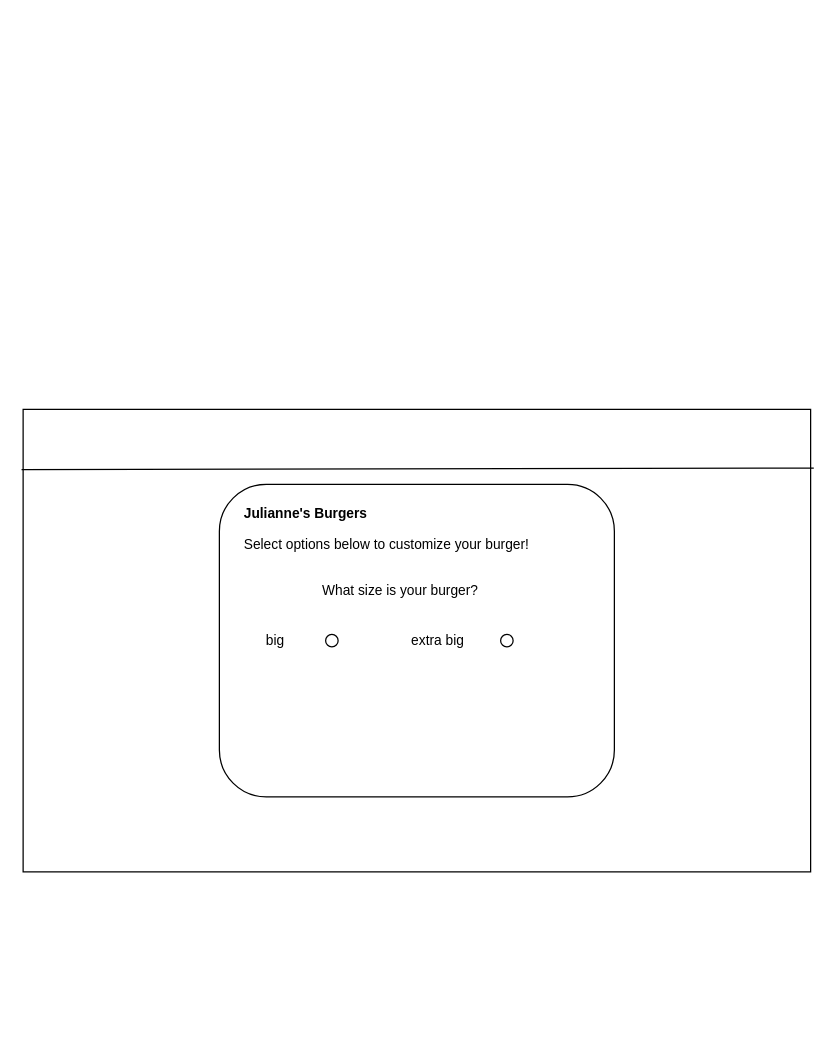
The draw.io diagram design/storyboard.drawio in MTHS-ICD2O-1-2023/ICD2O-Assignment-04-Julianne-Leblanc-Peltier, before the edit. Source tidied: cells renumbered, new cells numbered last; positions are measured from the earlier drawing's top-left corner, leaving out a move shared by most shapes. Both pictures are drawn from the tidied source at 125%, with x=0, y=0 at pixel (22, 409).
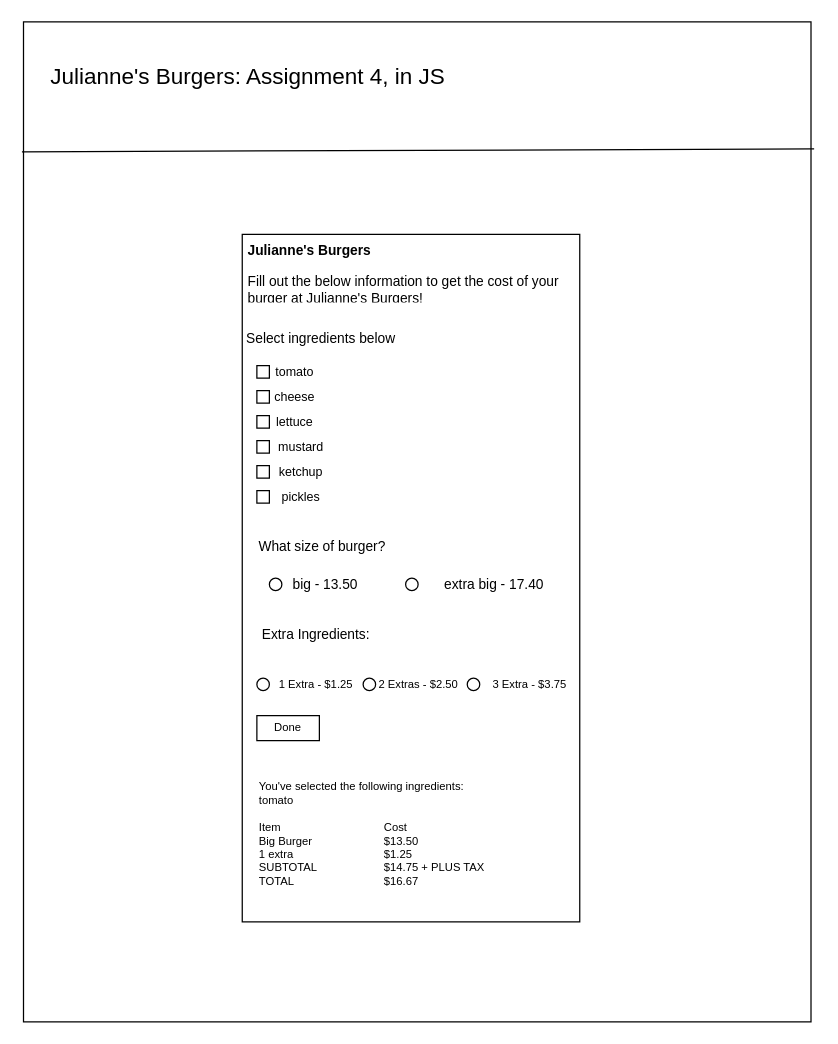
The same diagram, later.

Diff of the diagram source:
```diff
@@
     <mxCell id="2" style="rounded=0;whiteSpace=wrap;html=1;" parent="1" vertex="1">
-      <mxGeometry width="630" height="370" as="geometry" />
+      <mxGeometry x="0.3" y="-310" width="630" height="800" as="geometry" />
     </mxCell>
+    <mxCell id="11" style="rounded=0;whiteSpace=wrap;html=1;fillColor=none;" parent="1" vertex="1">
+      <mxGeometry x="175.3" y="-140" width="270" height="550" as="geometry" />
+    </mxCell>
@@
-    <mxCell id="4" style="rounded=1;whiteSpace=wrap;html=1;" parent="1" vertex="1">
-      <mxGeometry x="157" y="60" width="316" height="250" as="geometry" />
-    </mxCell>
-    <mxCell id="5" value="&lt;h1 style=&quot;font-size: 11px;&quot;&gt;Julianne's Burgers&lt;/h1&gt;&lt;p style=&quot;font-size: 11px;&quot;&gt;Select options below to customize your burger!&lt;/p&gt;" style="text;html=1;strokeColor=none;fillColor=none;spacing=5;spacingTop=-20;whiteSpace=wrap;overflow=hidden;rounded=0;fontSize=11;" parent="1" vertex="1">
-      <mxGeometry x="172" y="80" width="280" height="40" as="geometry" />
+    <mxCell id="5" value="&lt;h1 style=&quot;font-size: 11px;&quot;&gt;Julianne's Burgers&lt;/h1&gt;&lt;p&gt;Fill out the below information to get the cost of your burger at Julianne's Burgers!&lt;/p&gt;&lt;div&gt;&lt;br&gt;&lt;/div&gt;" style="text;html=1;strokeColor=none;fillColor=none;spacing=5;spacingTop=-20;whiteSpace=wrap;overflow=hidden;rounded=0;fontSize=11;" parent="1" vertex="1">
+      <mxGeometry x="175.3" y="-130" width="280" height="45" as="geometry" />
     </mxCell>
-    <mxCell id="6" value="What size is your burger?" style="text;html=1;strokeColor=none;fillColor=none;align=center;verticalAlign=middle;whiteSpace=wrap;rounded=0;fontSize=11;" parent="1" vertex="1">
-      <mxGeometry x="172" y="130" width="260" height="30" as="geometry" />
+    <mxCell id="6" value="Select ingredients below" style="text;html=1;strokeColor=none;fillColor=none;align=center;verticalAlign=middle;whiteSpace=wrap;rounded=0;fontSize=11;" parent="1" vertex="1">
+      <mxGeometry x="175.3" y="-65" width="126.7" height="15" as="geometry" />
     </mxCell>
-    <mxCell id="7" value="big" style="text;html=1;strokeColor=none;fillColor=none;align=center;verticalAlign=middle;whiteSpace=wrap;rounded=0;fontSize=11;" parent="1" vertex="1">
-      <mxGeometry x="172" y="170" width="60" height="30" as="geometry" />
+    <mxCell id="7" value="big - 13.50" style="text;html=1;strokeColor=none;fillColor=none;align=center;verticalAlign=middle;whiteSpace=wrap;rounded=0;fontSize=11;" parent="1" vertex="1">
+      <mxGeometry x="212" y="125" width="60" height="30" as="geometry" />
     </mxCell>
-    <mxCell id="8" value="extra big" style="text;html=1;strokeColor=none;fillColor=none;align=center;verticalAlign=middle;whiteSpace=wrap;rounded=0;fontSize=11;" parent="1" vertex="1">
-      <mxGeometry x="302" y="170" width="60" height="30" as="geometry" />
+    <mxCell id="8" value="extra big - 17.40" style="text;html=1;strokeColor=none;fillColor=none;align=center;verticalAlign=middle;whiteSpace=wrap;rounded=0;fontSize=11;" parent="1" vertex="1">
+      <mxGeometry x="332" y="125" width="90" height="30" as="geometry" />
     </mxCell>
     <mxCell id="9" style="ellipse;whiteSpace=wrap;html=1;fontSize=11;" parent="1" vertex="1">
-      <mxGeometry x="242" y="180" width="10" height="10" as="geometry" />
+      <mxGeometry x="197" y="135" width="10" height="10" as="geometry" />
     </mxCell>
-    <mxCell id="10" style="ellipse;whiteSpace=wrap;html=1;fontSize=11;" parent="1" vertex="1">
-      <mxGeometry x="382" y="180" width="10" height="10" as="geometry" />
+    <mxCell id="10" style="ellipse;whiteSpace=wrap;html=1;fontSize=11;fillColor=none;" parent="1" vertex="1">
+      <mxGeometry x="306" y="135" width="10" height="10" as="geometry" />
     </mxCell>
+    <mxCell id="12" style="rounded=0;whiteSpace=wrap;html=1;fillColor=default;" parent="1" vertex="1">
+      <mxGeometry x="187" y="-35" width="10" height="10" as="geometry" />
+    </mxCell>
+    <mxCell id="13" style="rounded=0;whiteSpace=wrap;html=1;fillColor=none;" parent="1" vertex="1">
+      <mxGeometry x="187" y="-15" width="10" height="10" as="geometry" />
+    </mxCell>
+    <mxCell id="14" style="rounded=0;whiteSpace=wrap;html=1;fillColor=none;" parent="1" vertex="1">
+      <mxGeometry x="187" y="5" width="10" height="10" as="geometry" />
+    </mxCell>
+    <mxCell id="15" style="rounded=0;whiteSpace=wrap;html=1;fillColor=none;" parent="1" vertex="1">
+      <mxGeometry x="187" y="25" width="10" height="10" as="geometry" />
+    </mxCell>
+    <mxCell id="16" style="rounded=0;whiteSpace=wrap;html=1;fillColor=none;" parent="1" vertex="1">
+      <mxGeometry x="187" y="45" width="10" height="10" as="geometry" />
+    </mxCell>
+    <mxCell id="17" style="rounded=0;whiteSpace=wrap;html=1;fillColor=none;" parent="1" vertex="1">
+      <mxGeometry x="187" y="65" width="10" height="10" as="geometry" />
+    </mxCell>
+    <mxCell id="18" value="&lt;font style=&quot;font-size: 10px;&quot;&gt;tomato&lt;/font&gt;" style="text;html=1;align=center;verticalAlign=middle;strokeColor=none;fillColor=none;" parent="1" vertex="1">
+      <mxGeometry x="192" y="-45" width="50" height="30" as="geometry" />
+    </mxCell>
+    <mxCell id="19" value="&lt;font style=&quot;font-size: 10px;&quot;&gt;cheese&lt;/font&gt;" style="text;html=1;align=center;verticalAlign=middle;strokeColor=none;fillColor=none;" parent="1" vertex="1">
+      <mxGeometry x="187" y="-25" width="60" height="30" as="geometry" />
+    </mxCell>
+    <mxCell id="20" value="&lt;font style=&quot;font-size: 10px;&quot;&gt;lettuce&lt;/font&gt;" style="text;html=1;align=center;verticalAlign=middle;strokeColor=none;fillColor=none;" parent="1" vertex="1">
+      <mxGeometry x="192" y="-5" width="50" height="30" as="geometry" />
+    </mxCell>
+    <mxCell id="21" value="&lt;font style=&quot;font-size: 10px;&quot;&gt;mustard&lt;/font&gt;" style="text;html=1;align=center;verticalAlign=middle;strokeColor=none;fillColor=none;" parent="1" vertex="1">
+      <mxGeometry x="192" y="15" width="60" height="30" as="geometry" />
+    </mxCell>
+    <mxCell id="22" value="&lt;span style=&quot;font-size: 10px;&quot;&gt;ketchup&lt;/span&gt;" style="text;html=1;align=center;verticalAlign=middle;strokeColor=none;fillColor=none;" parent="1" vertex="1">
+      <mxGeometry x="192" y="35" width="60" height="30" as="geometry" />
+    </mxCell>
+    <mxCell id="23" value="&lt;font style=&quot;font-size: 10px;&quot;&gt;pickles&lt;/font&gt;" style="text;html=1;align=center;verticalAlign=middle;strokeColor=none;fillColor=none;" parent="1" vertex="1">
+      <mxGeometry x="197" y="55" width="50" height="30" as="geometry" />
+    </mxCell>
+    <mxCell id="24" value="&lt;div style=&quot;font-size: 11px;&quot;&gt;What size of burger?&lt;/div&gt;" style="text;html=1;align=center;verticalAlign=middle;strokeColor=none;fillColor=none;fontSize=11;" parent="1" vertex="1">
+      <mxGeometry x="178.6" y="95" width="120" height="30" as="geometry" />
+    </mxCell>
+    <mxCell id="25" value="&lt;div&gt;Extra Ingredients:&lt;/div&gt;" style="text;html=1;align=center;verticalAlign=middle;strokeColor=none;fillColor=none;fontSize=11;" parent="1" vertex="1">
+      <mxGeometry x="178.6" y="165" width="110" height="30" as="geometry" />
+    </mxCell>
+    <mxCell id="26" style="ellipse;whiteSpace=wrap;html=1;fontSize=11;" parent="1" vertex="1">
+      <mxGeometry x="187" y="215" width="10" height="10" as="geometry" />
+    </mxCell>
+    <mxCell id="27" value="1 Extra - $1.25" style="text;html=1;align=center;verticalAlign=middle;strokeColor=none;fillColor=none;fontSize=9;" parent="1" vertex="1">
+      <mxGeometry x="193.6" y="210" width="80" height="20" as="geometry" />
+    </mxCell>
+    <mxCell id="28" value="2 Extras - $2.50" style="text;html=1;align=center;verticalAlign=middle;strokeColor=none;fillColor=none;fontSize=9;" parent="1" vertex="1">
+      <mxGeometry x="270.5" y="210" width="90" height="20" as="geometry" />
+    </mxCell>
+    <mxCell id="29" value="3 Extra - $3.75" style="text;html=1;align=center;verticalAlign=middle;strokeColor=none;fillColor=none;fontSize=9;" parent="1" vertex="1">
+      <mxGeometry x="365.3" y="210" width="80" height="20" as="geometry" />
+    </mxCell>
+    <mxCell id="30" style="ellipse;whiteSpace=wrap;html=1;fontSize=11;fillColor=none;" parent="1" vertex="1">
+      <mxGeometry x="272" y="215" width="10" height="10" as="geometry" />
+    </mxCell>
+    <mxCell id="31" style="ellipse;whiteSpace=wrap;html=1;fontSize=11;fillColor=none;" parent="1" vertex="1">
+      <mxGeometry x="355.3" y="215" width="10" height="10" as="geometry" />
+    </mxCell>
+    <mxCell id="32" value="Done" style="rounded=0;whiteSpace=wrap;html=1;fontSize=9;fillColor=none;" parent="1" vertex="1">
+      <mxGeometry x="187" y="245" width="50" height="20" as="geometry" />
+    </mxCell>
+    <mxCell id="33" value="&lt;div&gt;You've selected the following ingredients:&lt;/div&gt;&lt;div&gt;tomato&lt;/div&gt;&lt;div&gt;&lt;br&gt;&lt;/div&gt;&lt;div&gt;Item&lt;span style=&quot;&quot;&gt;&#9;&lt;span style=&quot;white-space: pre;&quot;&gt;&#9;&lt;/span&gt;&lt;span style=&quot;white-space: pre;&quot;&gt;&#9;&lt;/span&gt;&lt;span style=&quot;white-space: pre;&quot;&gt;&#9;&lt;/span&gt;&lt;span style=&quot;white-space: pre;&quot;&gt;&#9;&lt;/span&gt;&lt;/span&gt;Cost&lt;/div&gt;&lt;div&gt;Big Burger&lt;span style=&quot;&quot;&gt;&#9;&lt;span style=&quot;white-space: pre;&quot;&gt;&#9;&lt;/span&gt;&lt;span style=&quot;white-space: pre;&quot;&gt;&#9;&lt;/span&gt;&lt;span style=&quot;white-space: pre;&quot;&gt;&#9;&lt;/span&gt;&lt;/span&gt;$13.50&lt;/div&gt;&lt;div&gt;1 extra&lt;span style=&quot;&quot;&gt;&#9;&lt;span style=&quot;white-space: pre;&quot;&gt;&#9;&lt;/span&gt;&lt;span style=&quot;white-space: pre;&quot;&gt;&#9;&lt;/span&gt;&lt;span style=&quot;white-space: pre;&quot;&gt;&#9;&lt;/span&gt;&lt;span style=&quot;white-space: pre;&quot;&gt;&#9;&lt;/span&gt;&lt;/span&gt;$1.25&lt;/div&gt;&lt;div&gt;SUBTOTAL&lt;span style=&quot;white-space: pre;&quot;&gt;&#9;&lt;/span&gt;&lt;span style=&quot;white-space: pre;&quot;&gt;&#9;&lt;/span&gt;&lt;span style=&quot;white-space: pre;&quot;&gt;&#9;&lt;/span&gt;$14.75 + PLUS TAX&lt;/div&gt;&lt;div&gt;TOTAL&lt;span style=&quot;&quot;&gt;&#9;&lt;span style=&quot;white-space: pre;&quot;&gt;&#9;&lt;/span&gt;&lt;span style=&quot;white-space: pre;&quot;&gt;&#9;&lt;/span&gt;&lt;span style=&quot;white-space: pre;&quot;&gt;&#9;&lt;/span&gt;&lt;span style=&quot;white-space: pre;&quot;&gt;&#9;&lt;/span&gt;&lt;/span&gt;$16.67&lt;/div&gt;" style="text;html=1;align=left;verticalAlign=middle;strokeColor=none;fillColor=none;fontSize=9;" parent="1" vertex="1">
+      <mxGeometry x="187" y="290" width="200" height="100" as="geometry" />
+    </mxCell>
+    <mxCell id="34" value="&lt;div style=&quot;font-size: 18px;&quot;&gt;Julianne's Burgers: Assignment 4, in JS&lt;/div&gt;&lt;div style=&quot;font-size: 18px;&quot;&gt;&lt;br style=&quot;font-size: 18px;&quot;&gt;&lt;/div&gt;" style="text;html=1;strokeColor=none;fillColor=none;align=center;verticalAlign=middle;whiteSpace=wrap;rounded=0;fontSize=18;" parent="1" vertex="1">
+      <mxGeometry x="0.3" y="-270" width="360" height="30" as="geometry" />
+    </mxCell>
```
